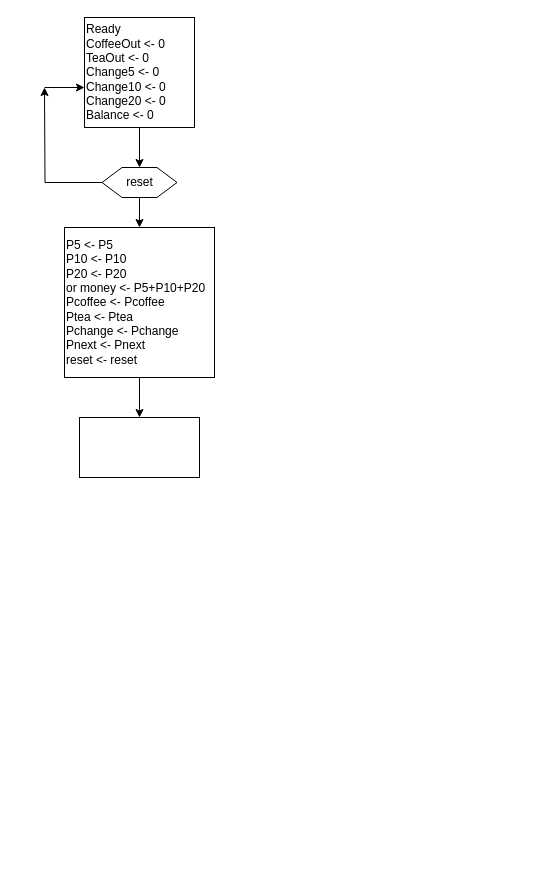
Earlier version of the draw.io diagram vending_machine.drawio (bookpanda/2110263-DIG-LOGIC-LAB-I). Source tidied: cells renumbered, new cells numbered last; positions are measured from the earlier drawing's top-left corner, leaving out a move shared by most shapes. Both pictures are drawn from the tidied source at 100%, with x=0, y=0 at pixel (44, 17).
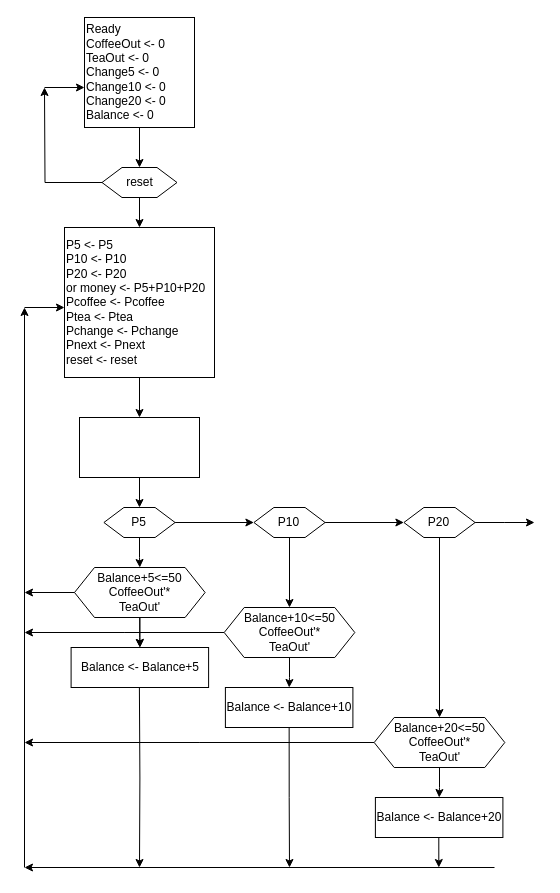
The same page after the edit.

The change refers to these unchanged cells:
```xml
<mxCell id="10" style="whiteSpace=wrap;html=1;align=left;" parent="1" vertex="1">
  <mxGeometry x="35" y="400" width="120" height="60" as="geometry" />
</mxCell>
```

Diff of the diagram source:
```diff
@@
+    <mxCell id="11" style="edgeStyle=orthogonalEdgeStyle;rounded=0;jettySize=auto;html=1;" parent="1" edge="1" source="10" target="14">
+      <mxGeometry relative="1" as="geometry" />
+    </mxCell>
@@
+    <mxCell id="12" style="edgeStyle=orthogonalEdgeStyle;rounded=0;jettySize=auto;html=1;entryX=0;entryY=0.5;entryDx=0;entryDy=0;" parent="1" edge="1" source="14" target="23">
+      <mxGeometry relative="1" as="geometry" />
+    </mxCell>
+    <mxCell id="13" style="edgeStyle=orthogonalEdgeStyle;rounded=0;jettySize=auto;html=1;" parent="1" edge="1" source="14" target="17">
+      <mxGeometry relative="1" as="geometry" />
+    </mxCell>
+    <mxCell id="14" value="P5" style="shape=hexagon;perimeter=hexagonPerimeter2;whiteSpace=wrap;html=1;fixedSize=1;" parent="1" vertex="1">
+      <mxGeometry x="59.4" y="490" width="71.2" height="30" as="geometry" />
+    </mxCell>
+    <mxCell id="15" style="edgeStyle=orthogonalEdgeStyle;rounded=0;jettySize=auto;html=1;" parent="1" edge="1" source="17" target="18">
+      <mxGeometry relative="1" as="geometry" />
+    </mxCell>
+    <mxCell id="16" style="edgeStyle=orthogonalEdgeStyle;rounded=0;jettySize=auto;html=1;" parent="1" edge="1" source="17" target="18">
+      <mxGeometry relative="1" as="geometry" />
+    </mxCell>
+    <mxCell id="17" value="Balance+5&amp;lt;=50&lt;br&gt;CoffeeOut'*&lt;br&gt;TeaOut'" style="shape=hexagon;perimeter=hexagonPerimeter2;whiteSpace=wrap;html=1;fixedSize=1;" parent="1" vertex="1">
+      <mxGeometry x="30" y="550" width="130.6" height="50" as="geometry" />
+    </mxCell>
+    <mxCell id="18" value="Balance &amp;lt;- Balance+5" style="whiteSpace=wrap;html=1;" parent="1" vertex="1">
+      <mxGeometry x="26.6" y="630" width="137.5" height="40" as="geometry" />
+    </mxCell>
+    <mxCell id="19" style="endArrow=classic;html=1;rounded=0;" parent="1" edge="1">
+      <mxGeometry relative="1" as="geometry">
+        <mxPoint x="-20" y="290" as="sourcePoint" />
+        <mxPoint x="20" y="290" as="targetPoint" />
+      </mxGeometry>
+    </mxCell>
+    <mxCell id="20" style="endArrow=classic;html=1;rounded=0;exitX=0;exitY=0.5;exitDx=0;exitDy=0;" parent="1" edge="1" source="17">
+      <mxGeometry relative="1" as="geometry">
+        <mxPoint x="-20" y="575" as="targetPoint" />
+      </mxGeometry>
+    </mxCell>
+    <mxCell id="21" style="edgeStyle=orthogonalEdgeStyle;rounded=0;jettySize=auto;html=1;entryX=0;entryY=0.5;entryDx=0;entryDy=0;" parent="1" edge="1" source="23" target="34">
+      <mxGeometry relative="1" as="geometry" />
+    </mxCell>
+    <mxCell id="22" style="edgeStyle=orthogonalEdgeStyle;rounded=0;jettySize=auto;html=1;" parent="1" edge="1" source="23" target="26">
+      <mxGeometry relative="1" as="geometry" />
+    </mxCell>
+    <mxCell id="23" value="P10" style="shape=hexagon;perimeter=hexagonPerimeter2;whiteSpace=wrap;html=1;fixedSize=1;" parent="1" vertex="1">
+      <mxGeometry x="209.4" y="490" width="71.2" height="30" as="geometry" />
+    </mxCell>
+    <mxCell id="24" style="edgeStyle=orthogonalEdgeStyle;rounded=0;jettySize=auto;html=1;" parent="1" edge="1" source="26" target="27">
+      <mxGeometry relative="1" as="geometry" />
+    </mxCell>
+    <mxCell id="25" style="edgeStyle=orthogonalEdgeStyle;rounded=0;jettySize=auto;html=1;" parent="1" edge="1" source="26">
+      <mxGeometry relative="1" as="geometry">
+        <mxPoint x="-20" y="615" as="targetPoint" />
+      </mxGeometry>
+    </mxCell>
+    <mxCell id="26" value="Balance+10&amp;lt;=50&lt;br&gt;CoffeeOut'*&lt;br&gt;TeaOut'" style="shape=hexagon;perimeter=hexagonPerimeter2;whiteSpace=wrap;html=1;fixedSize=1;" parent="1" vertex="1">
+      <mxGeometry x="179.7" y="590" width="130.6" height="50" as="geometry" />
+    </mxCell>
+    <mxCell id="27" value="Balance &amp;lt;- Balance+10" style="whiteSpace=wrap;html=1;" parent="1" vertex="1">
+      <mxGeometry x="180.9" y="670" width="127.5" height="40" as="geometry" />
+    </mxCell>
+    <mxCell id="28" style="endArrow=classic;html=1;rounded=0;" parent="1" edge="1">
+      <mxGeometry relative="1" as="geometry">
+        <mxPoint x="450" y="850" as="sourcePoint" />
+        <mxPoint x="-20" y="850" as="targetPoint" />
+      </mxGeometry>
+    </mxCell>
+    <mxCell id="29" style="edgeStyle=orthogonalEdgeStyle;rounded=0;jettySize=auto;html=1;exitX=0.5;exitY=1;exitDx=0;exitDy=0;" parent="1" edge="1" source="27">
+      <mxGeometry relative="1" as="geometry">
+        <mxPoint x="245" y="850" as="targetPoint" />
+      </mxGeometry>
+    </mxCell>
+    <mxCell id="30" style="edgeStyle=orthogonalEdgeStyle;rounded=0;orthogonalLoop=1;jettySize=auto;html=1;" parent="1" edge="1">
+      <mxGeometry relative="1" as="geometry">
+        <mxPoint x="-20" y="850" as="sourcePoint" />
+        <mxPoint x="-20" y="290" as="targetPoint" />
+      </mxGeometry>
+    </mxCell>
+    <mxCell id="31" style="edgeStyle=orthogonalEdgeStyle;rounded=0;orthogonalLoop=1;jettySize=auto;html=1;" parent="1" edge="1">
+      <mxGeometry relative="1" as="geometry">
+        <mxPoint x="94.9" y="670" as="sourcePoint" />
+        <mxPoint x="95" y="850" as="targetPoint" />
+      </mxGeometry>
+    </mxCell>
+    <mxCell id="32" style="edgeStyle=orthogonalEdgeStyle;rounded=0;jettySize=auto;html=1;" parent="1" edge="1" source="34">
+      <mxGeometry relative="1" as="geometry">
+        <mxPoint x="490" y="505" as="targetPoint" />
+      </mxGeometry>
+    </mxCell>
+    <mxCell id="33" style="edgeStyle=orthogonalEdgeStyle;rounded=0;jettySize=auto;html=1;" parent="1" edge="1" source="34" target="37">
+      <mxGeometry relative="1" as="geometry" />
+    </mxCell>
+    <mxCell id="34" value="P20" style="shape=hexagon;perimeter=hexagonPerimeter2;whiteSpace=wrap;html=1;fixedSize=1;" parent="1" vertex="1">
+      <mxGeometry x="359.4" y="490" width="71.2" height="30" as="geometry" />
+    </mxCell>
+    <mxCell id="35" style="edgeStyle=orthogonalEdgeStyle;rounded=0;jettySize=auto;html=1;" parent="1" edge="1" source="37" target="38">
+      <mxGeometry relative="1" as="geometry" />
+    </mxCell>
+    <mxCell id="36" style="edgeStyle=orthogonalEdgeStyle;rounded=0;jettySize=auto;html=1;" parent="1" edge="1" source="37">
+      <mxGeometry relative="1" as="geometry">
+        <mxPoint x="-20" y="725" as="targetPoint" />
+      </mxGeometry>
+    </mxCell>
+    <mxCell id="37" value="Balance+20&amp;lt;=50&lt;br&gt;CoffeeOut'*&lt;br&gt;TeaOut'" style="shape=hexagon;perimeter=hexagonPerimeter2;whiteSpace=wrap;html=1;fixedSize=1;" parent="1" vertex="1">
+      <mxGeometry x="329.7" y="700" width="130.6" height="50" as="geometry" />
+    </mxCell>
+    <mxCell id="38" value="Balance &amp;lt;- Balance+20" style="whiteSpace=wrap;html=1;" parent="1" vertex="1">
+      <mxGeometry x="330.9" y="780" width="127.5" height="40" as="geometry" />
+    </mxCell>
+    <mxCell id="39" style="edgeStyle=orthogonalEdgeStyle;rounded=0;orthogonalLoop=1;jettySize=auto;html=1;" parent="1" edge="1">
+      <mxGeometry relative="1" as="geometry">
+        <mxPoint x="394.3" y="820" as="sourcePoint" />
+        <mxPoint x="394.3" y="850" as="targetPoint" />
+      </mxGeometry>
+    </mxCell>
```
